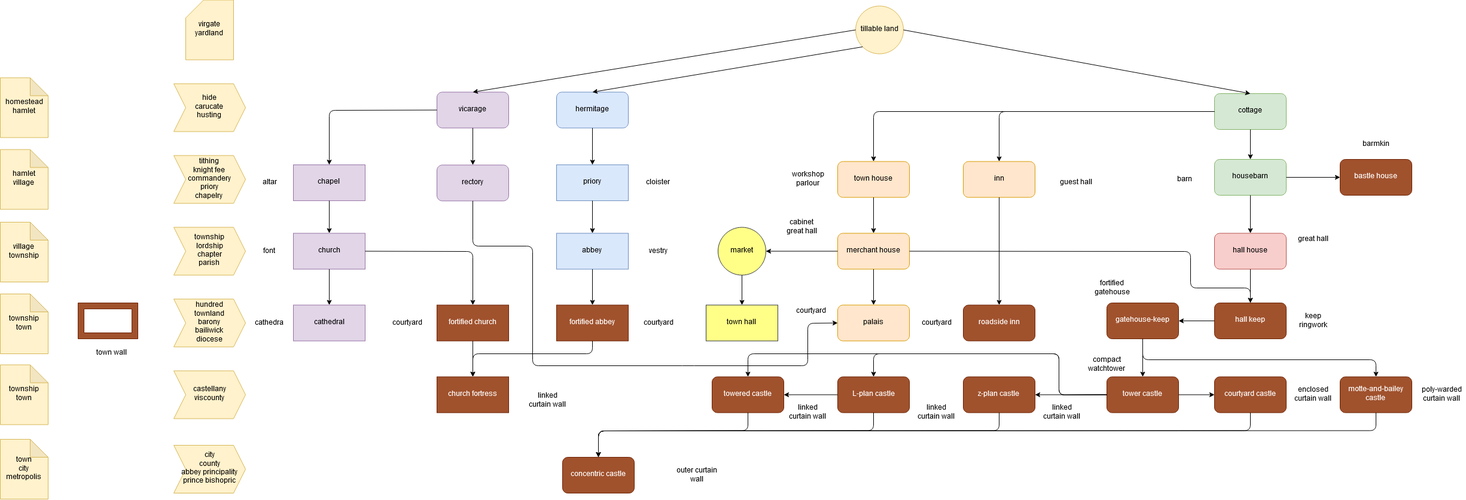
This is manual/castle_design/castle_defenses.png from WiebedeBoer/middle3D, a draw.io export, as it was before one commit. Source tidied: cells renumbered, new cells last; positions are measured from the earlier drawing's top-left corner, leaving out a move shared by most shapes.
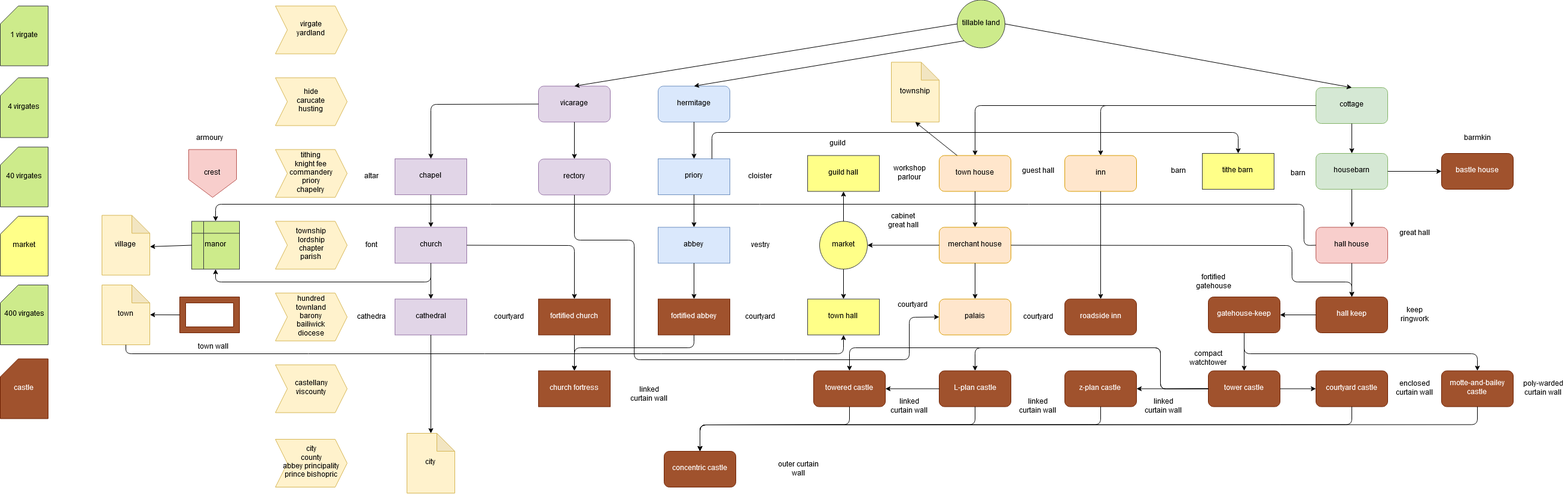
Above is the later version.

Diff of the diagram source:
```diff
@@ -75,7 +75,7 @@
       <mxGeometry relative="1" as="geometry" />
     </mxCell>
     <mxCell id="26" value="barn" style="text;html=1;strokeColor=none;fillColor=none;align=center;verticalAlign=middle;whiteSpace=wrap;rounded=0;" parent="1" vertex="1">
-      <mxGeometry x="1960" y="289.5" width="40" height="20" as="geometry" />
+      <mxGeometry x="1980" y="289.5" width="40" height="20" as="geometry" />
     </mxCell>
     <mxCell id="27" value="inn" style="rounded=1;whiteSpace=wrap;html=1;fillColor=#ffe6cc;strokeColor=#d79b00;" parent="1" vertex="1">
       <mxGeometry x="1610" y="269.5" width="120" height="60" as="geometry" />
@@ -119,7 +119,7 @@
       </mxGeometry>
     </mxCell>
     <mxCell id="38" value="guest hall" style="text;html=1;strokeColor=none;fillColor=none;align=center;verticalAlign=middle;whiteSpace=wrap;rounded=0;" parent="1" vertex="1">
-      <mxGeometry x="1760" y="295.4" width="75" height="20" as="geometry" />
+      <mxGeometry x="1527.5" y="286" width="75" height="20" as="geometry" />
     </mxCell>
     <mxCell id="39" value="&lt;div&gt;workshop&lt;/div&gt;&lt;div&gt;parlour&lt;br&gt;&lt;/div&gt;" style="text;html=1;strokeColor=none;fillColor=none;align=center;verticalAlign=middle;whiteSpace=wrap;rounded=0;" parent="1" vertex="1">
       <mxGeometry x="1315" y="289.5" width="70" height="20" as="geometry" />
@@ -243,12 +243,9 @@
     <mxCell id="69" style="endArrow=classic;html=1;exitX=0.5;exitY=1;exitDx=0;exitDy=0;entryX=0.5;entryY=0;entryDx=0;entryDy=0;" parent="1" edge="1" source="32" target="68">
       <mxGeometry relative="1" as="geometry" />
     </mxCell>
-    <mxCell id="70" value="tillable land" style="ellipse;whiteSpace=wrap;html=1;fillColor=#fff2cc;strokeColor=#d6b656;" parent="1" vertex="1">
+    <mxCell id="70" value="tillable land" style="ellipse;whiteSpace=wrap;html=1;fillColor=#cdeb8b;strokeColor=#36393d;" parent="1" vertex="1">
       <mxGeometry x="1430" y="9.5" width="80" height="80" as="geometry" />
     </mxCell>
-    <mxCell id="71" value="&lt;div&gt;virgate&lt;/div&gt;&lt;div&gt;yardland&lt;br&gt;&lt;/div&gt;" style="shape=card;whiteSpace=wrap;html=1;fillColor=#fff2cc;strokeColor=#d6b656;" parent="1" vertex="1">
-      <mxGeometry x="310" y="-0.5" width="80" height="100" as="geometry" />
-    </mxCell>
     <mxCell id="72" value="&lt;div&gt;hide&lt;/div&gt;&lt;div&gt;carucate&lt;/div&gt;&lt;div&gt;husting&lt;br&gt;&lt;/div&gt;" style="shape=step;perimeter=stepPerimeter;whiteSpace=wrap;html=1;fixedSize=1;fillColor=#fff2cc;strokeColor=#d6b656;" parent="1" vertex="1">
       <mxGeometry x="290" y="139.5" width="120" height="80" as="geometry" />
     </mxCell>
@@ -395,23 +392,107 @@
     <mxCell id="106" value="barmkin" style="text;html=1;strokeColor=none;fillColor=none;align=center;verticalAlign=middle;whiteSpace=wrap;rounded=0;" parent="1" vertex="1">
       <mxGeometry x="2280" y="231" width="40" height="20" as="geometry" />
     </mxCell>
-    <mxCell id="107" value="&lt;div&gt;homestead&lt;/div&gt;&lt;div&gt;hamlet&lt;br&gt;&lt;/div&gt;" style="shape=note;whiteSpace=wrap;html=1;backgroundOutline=1;darkOpacity=0.05;fillColor=#fff2cc;strokeColor=#d6b656;" parent="1" vertex="1">
-      <mxGeometry y="129.5" width="80" height="100" as="geometry" />
-    </mxCell>
-    <mxCell id="108" value="&lt;div&gt;hamlet&lt;/div&gt;&lt;div&gt;village&lt;br&gt;&lt;/div&gt;" style="shape=note;whiteSpace=wrap;html=1;backgroundOutline=1;darkOpacity=0.05;fillColor=#fff2cc;strokeColor=#d6b656;" parent="1" vertex="1">
-      <mxGeometry y="249.5" width="80" height="100" as="geometry" />
+    <mxCell id="108" value="village" style="shape=note;whiteSpace=wrap;html=1;backgroundOutline=1;darkOpacity=0.05;fillColor=#fff2cc;strokeColor=#d6b656;" parent="1" vertex="1">
+      <mxGeometry y="369.5" width="80" height="100" as="geometry" />
     </mxCell>
-    <mxCell id="109" value="&lt;div&gt;village&lt;/div&gt;&lt;div&gt;township&lt;br&gt;&lt;/div&gt;" style="shape=note;whiteSpace=wrap;html=1;backgroundOutline=1;darkOpacity=0.05;fillColor=#fff2cc;strokeColor=#d6b656;" parent="1" vertex="1">
-      <mxGeometry y="371" width="80" height="100" as="geometry" />
+    <mxCell id="109" value="township" style="shape=note;whiteSpace=wrap;html=1;backgroundOutline=1;darkOpacity=0.05;fillColor=#fff2cc;strokeColor=#d6b656;" parent="1" vertex="1">
+      <mxGeometry x="1320" y="113.5" width="80" height="100" as="geometry" />
     </mxCell>
-    <mxCell id="110" value="&lt;div&gt;township&lt;/div&gt;&lt;div&gt;town&lt;br&gt;&lt;/div&gt;" style="shape=note;whiteSpace=wrap;html=1;backgroundOutline=1;darkOpacity=0.05;fillColor=#fff2cc;strokeColor=#d6b656;" parent="1" vertex="1">
-      <mxGeometry y="491" width="80" height="100" as="geometry" />
+    <mxCell id="110" value="town" style="shape=note;whiteSpace=wrap;html=1;backgroundOutline=1;darkOpacity=0.05;fillColor=#fff2cc;strokeColor=#d6b656;" parent="1" vertex="1">
+      <mxGeometry y="486" width="80" height="100" as="geometry" />
     </mxCell>
-    <mxCell id="111" value="&lt;div&gt;township&lt;/div&gt;&lt;div&gt;town&lt;br&gt;&lt;/div&gt;" style="shape=note;whiteSpace=wrap;html=1;backgroundOutline=1;darkOpacity=0.05;fillColor=#fff2cc;strokeColor=#d6b656;" parent="1" vertex="1">
-      <mxGeometry y="609.5" width="80" height="100" as="geometry" />
-    </mxCell>
-    <mxCell id="112" value="&lt;div&gt;town&lt;/div&gt;&lt;div&gt;city&lt;/div&gt;&lt;div&gt;metropolis&lt;br&gt;&lt;/div&gt;" style="shape=note;whiteSpace=wrap;html=1;backgroundOutline=1;darkOpacity=0.05;fillColor=#fff2cc;strokeColor=#d6b656;" parent="1" vertex="1">
-      <mxGeometry y="734" width="80" height="100" as="geometry" />
+    <mxCell id="112" value="city" style="shape=note;whiteSpace=wrap;html=1;backgroundOutline=1;darkOpacity=0.05;fillColor=#fff2cc;strokeColor=#d6b656;" parent="1" vertex="1">
+      <mxGeometry x="510" y="734" width="80" height="100" as="geometry" />
     </mxCell>
+    <mxCell id="113" value="guild hall" style="rounded=0;whiteSpace=wrap;html=1;fillColor=#ffff88;strokeColor=#36393d;" parent="1" vertex="1">
+      <mxGeometry x="1180" y="269.5" width="120" height="60" as="geometry" />
+    </mxCell>
+    <mxCell id="114" style="endArrow=classic;html=1;entryX=0.5;entryY=1;entryDx=0;entryDy=0;exitX=0.5;exitY=0;exitDx=0;exitDy=0;" parent="1" edge="1" source="100" target="113">
+      <mxGeometry relative="1" as="geometry" />
+    </mxCell>
+    <mxCell id="115" value="guild" style="text;html=1;strokeColor=none;fillColor=none;align=center;verticalAlign=middle;whiteSpace=wrap;rounded=0;" parent="1" vertex="1">
+      <mxGeometry x="1209.7" y="239.5" width="40" height="20" as="geometry" />
+    </mxCell>
+    <mxCell id="116" value="crest" style="shape=offPageConnector;whiteSpace=wrap;html=1;fillColor=#f8cecc;strokeColor=#b85450;" parent="1" vertex="1">
+      <mxGeometry x="145" y="259.5" width="80" height="80" as="geometry" />
+    </mxCell>
+    <mxCell id="117" value="manor" style="shape=internalStorage;whiteSpace=wrap;html=1;backgroundOutline=1;fillColor=#cdeb8b;strokeColor=#36393d;" parent="1" vertex="1">
+      <mxGeometry x="150" y="379.5" width="80" height="80" as="geometry" />
+    </mxCell>
+    <mxCell id="118" value="armoury" style="text;html=1;strokeColor=none;fillColor=none;align=center;verticalAlign=middle;whiteSpace=wrap;rounded=0;" parent="1" vertex="1">
+      <mxGeometry x="160" y="231" width="40" height="20" as="geometry" />
+    </mxCell>
+    <mxCell id="119" style="endArrow=classic;html=1;exitX=0.5;exitY=1;exitDx=0;exitDy=0;entryX=0.5;entryY=0;entryDx=0;entryDy=0;entryPerimeter=0;" parent="1" edge="1" source="67" target="112">
+      <mxGeometry relative="1" as="geometry" />
+    </mxCell>
+    <mxCell id="120" style="endArrow=classic;html=1;exitX=0;exitY=0.5;exitDx=0;exitDy=0;exitPerimeter=0;entryX=1.003;entryY=0.498;entryDx=0;entryDy=0;entryPerimeter=0;" parent="1" edge="1" source="98" target="110">
+      <mxGeometry relative="1" as="geometry" />
+    </mxCell>
+    <mxCell id="121" style="endArrow=classic;html=1;exitX=0;exitY=0.5;exitDx=0;exitDy=0;entryX=1.003;entryY=0.524;entryDx=0;entryDy=0;entryPerimeter=0;" parent="1" edge="1" source="117" target="108">
+      <mxGeometry relative="1" as="geometry" />
+    </mxCell>
+    <mxCell id="122" style="endArrow=classic;html=1;exitX=0.25;exitY=0;exitDx=0;exitDy=0;entryX=0.5;entryY=1;entryDx=0;entryDy=0;entryPerimeter=0;" parent="1" edge="1" source="31" target="109">
+      <mxGeometry relative="1" as="geometry" />
+    </mxCell>
+    <mxCell id="123" style="endArrow=classic;html=1;exitX=0.5;exitY=1;exitDx=0;exitDy=0;exitPerimeter=0;entryX=0.5;entryY=1;entryDx=0;entryDy=0;" parent="1" edge="1" source="110" target="101">
+      <mxGeometry relative="1" as="geometry">
+        <Array as="points">
+          <mxPoint x="40" y="601" />
+          <mxPoint x="1240" y="601" />
+        </Array>
+      </mxGeometry>
+    </mxCell>
+    <mxCell id="124" style="endArrow=classic;html=1;exitX=0.5;exitY=1;exitDx=0;exitDy=0;entryX=0.5;entryY=1;entryDx=0;entryDy=0;" parent="1" edge="1" source="51" target="117">
+      <mxGeometry relative="1" as="geometry">
+        <Array as="points">
+          <mxPoint x="550" y="481" />
+          <mxPoint x="190" y="481" />
+        </Array>
+      </mxGeometry>
+    </mxCell>
+    <mxCell id="125" style="endArrow=classic;html=1;exitX=0;exitY=0.5;exitDx=0;exitDy=0;entryX=0.5;entryY=0;entryDx=0;entryDy=0;" parent="1" edge="1" source="2" target="117">
+      <mxGeometry relative="1" as="geometry">
+        <Array as="points">
+          <mxPoint x="2010" y="420" />
+          <mxPoint x="2010" y="351" />
+          <mxPoint x="190" y="351" />
+        </Array>
+      </mxGeometry>
+    </mxCell>
+    <mxCell id="126" value="tithe barn" style="rounded=0;whiteSpace=wrap;html=1;fillColor=#ffff88;strokeColor=#36393d;" parent="1" vertex="1">
+      <mxGeometry x="1840" y="266" width="120" height="60" as="geometry" />
+    </mxCell>
+    <mxCell id="127" style="endArrow=classic;html=1;entryX=0.5;entryY=0;entryDx=0;entryDy=0;exitX=0.75;exitY=0;exitDx=0;exitDy=0;" parent="1" edge="1" source="46" target="126">
+      <mxGeometry relative="1" as="geometry">
+        <Array as="points">
+          <mxPoint x="1020" y="231" />
+          <mxPoint x="1900" y="231" />
+        </Array>
+      </mxGeometry>
+    </mxCell>
+    <mxCell id="128" value="barn" style="text;html=1;strokeColor=none;fillColor=none;align=center;verticalAlign=middle;whiteSpace=wrap;rounded=0;" parent="1" vertex="1">
+      <mxGeometry x="1780" y="286" width="40" height="20" as="geometry" />
+    </mxCell>
+    <mxCell id="129" value="400 virgates" style="shape=card;whiteSpace=wrap;html=1;fillColor=#cdeb8b;strokeColor=#36393d;" parent="1" vertex="1">
+      <mxGeometry x="-170" y="486" width="80" height="100" as="geometry" />
+    </mxCell>
+    <mxCell id="130" value="4 virgates" style="shape=card;whiteSpace=wrap;html=1;fillColor=#cdeb8b;strokeColor=#36393d;" parent="1" vertex="1">
+      <mxGeometry x="-170" y="139.5" width="80" height="100" as="geometry" />
+    </mxCell>
+    <mxCell id="131" value="1 virgate" style="shape=card;whiteSpace=wrap;html=1;fillColor=#cdeb8b;strokeColor=#36393d;" parent="1" vertex="1">
+      <mxGeometry x="-170" y="19.5" width="80" height="100" as="geometry" />
+    </mxCell>
+    <mxCell id="132" value="40 virgates" style="shape=card;whiteSpace=wrap;html=1;fillColor=#cdeb8b;strokeColor=#36393d;" parent="1" vertex="1">
+      <mxGeometry x="-170" y="255.4" width="80" height="100" as="geometry" />
+    </mxCell>
+    <mxCell id="71" value="&lt;div&gt;virgate&lt;/div&gt;&lt;div&gt;yardland&lt;br&gt;&lt;/div&gt;" style="shape=step;perimeter=stepPerimeter;whiteSpace=wrap;html=1;fixedSize=1;fillColor=#fff2cc;strokeColor=#d6b656;" parent="1" vertex="1">
+      <mxGeometry x="290" y="19.5" width="120" height="80" as="geometry" />
+    </mxCell>
+    <mxCell id="133" value="market" style="shape=card;whiteSpace=wrap;html=1;fillColor=#ffff88;strokeColor=#36393d;" parent="1" vertex="1">
+      <mxGeometry x="-170" y="371" width="80" height="100" as="geometry" />
+    </mxCell>
+    <mxCell id="134" value="castle" style="shape=card;whiteSpace=wrap;html=1;fillColor=#a0522d;strokeColor=#6D1F00;fontColor=#ffffff;" parent="1" vertex="1">
+      <mxGeometry x="-170" y="609.5" width="80" height="100" as="geometry" />
+    </mxCell>
   </root>
 </mxGraphModel>
```
